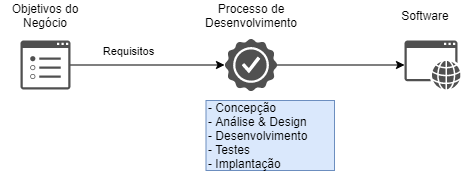
Earlier version of the draw.io export logica-desenvolvimento-software.png (Udinei/gestao-projeto-e-scrum). Source tidied: cells renumbered, new cells last; positions are measured from the earlier drawing's top-left corner, leaving out a move shared by most shapes.
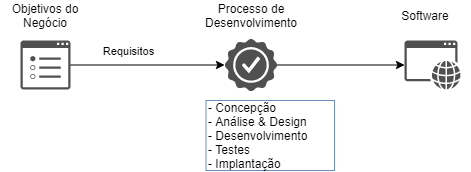
The same file after the commit.

The edit, as a diff of the source:
```diff
@@ -34,7 +34,7 @@
     <mxCell id="11" value="Software" style="text;html=1;strokeColor=none;align=center;verticalAlign=middle;whiteSpace=wrap;rounded=0;fillColor=#FFFFFF;" parent="1" vertex="1">
       <mxGeometry x="380" width="90" height="30" as="geometry" />
     </mxCell>
-    <mxCell id="12" value="- Concepção&lt;br&gt;- Análise &amp;amp; Design&lt;br&gt;- Desenvolvimento&lt;br&gt;- Testes&lt;br&gt;- Implantação" style="text;html=1;strokeColor=#6c8ebf;fillColor=#dae8fc;align=left;verticalAlign=middle;whiteSpace=wrap;rounded=0;fontStyle=0;" parent="1" vertex="1">
+    <mxCell id="12" value="- Concepção&lt;br&gt;- Análise &amp;amp; Design&lt;br&gt;- Desenvolvimento&lt;br&gt;- Testes&lt;br&gt;- Implantação" style="text;html=1;strokeColor=#6c8ebf;align=left;verticalAlign=middle;whiteSpace=wrap;rounded=0;fontStyle=0;" parent="1" vertex="1">
       <mxGeometry x="205.5" y="100" width="128.5" height="70" as="geometry" />
     </mxCell>
   </root>
```
